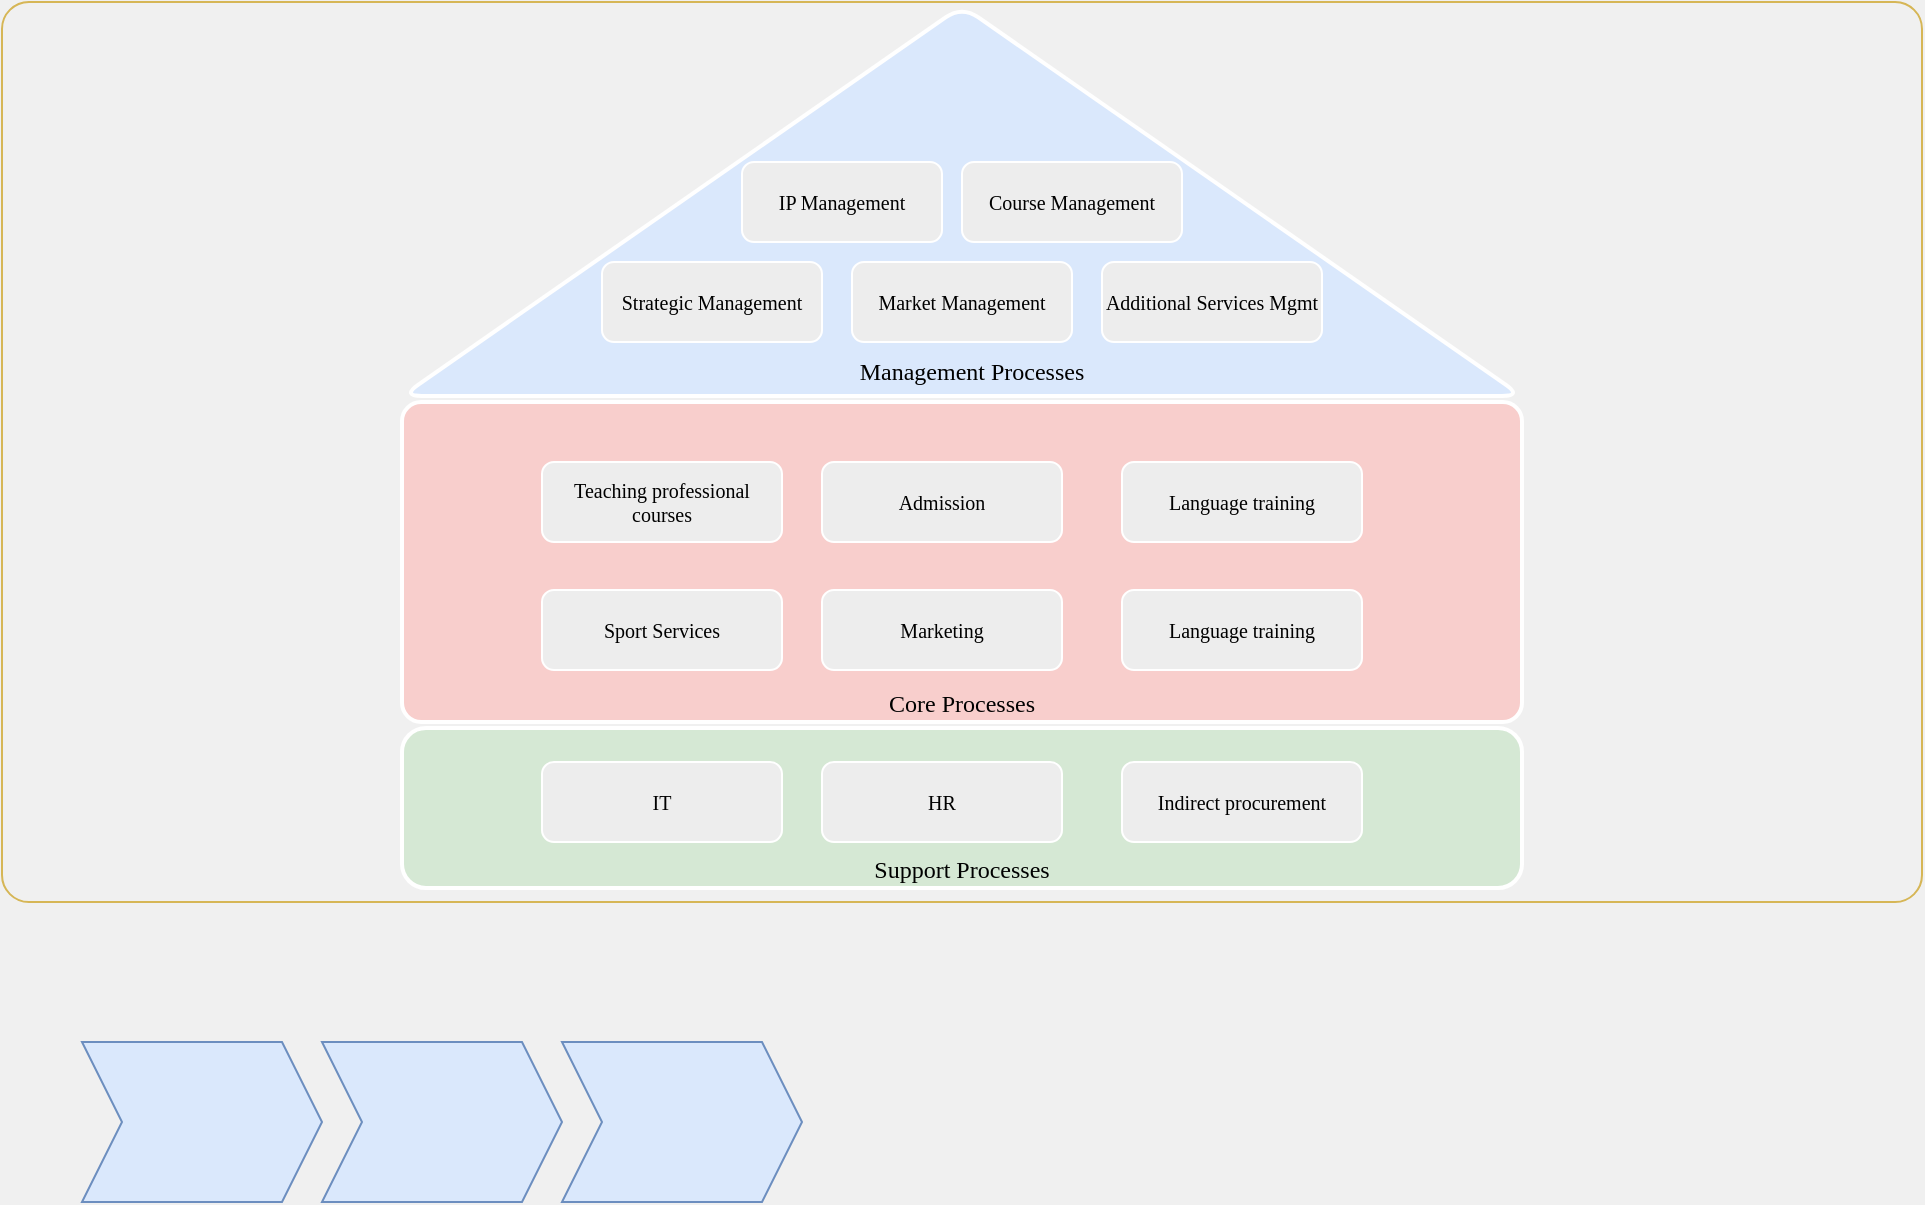
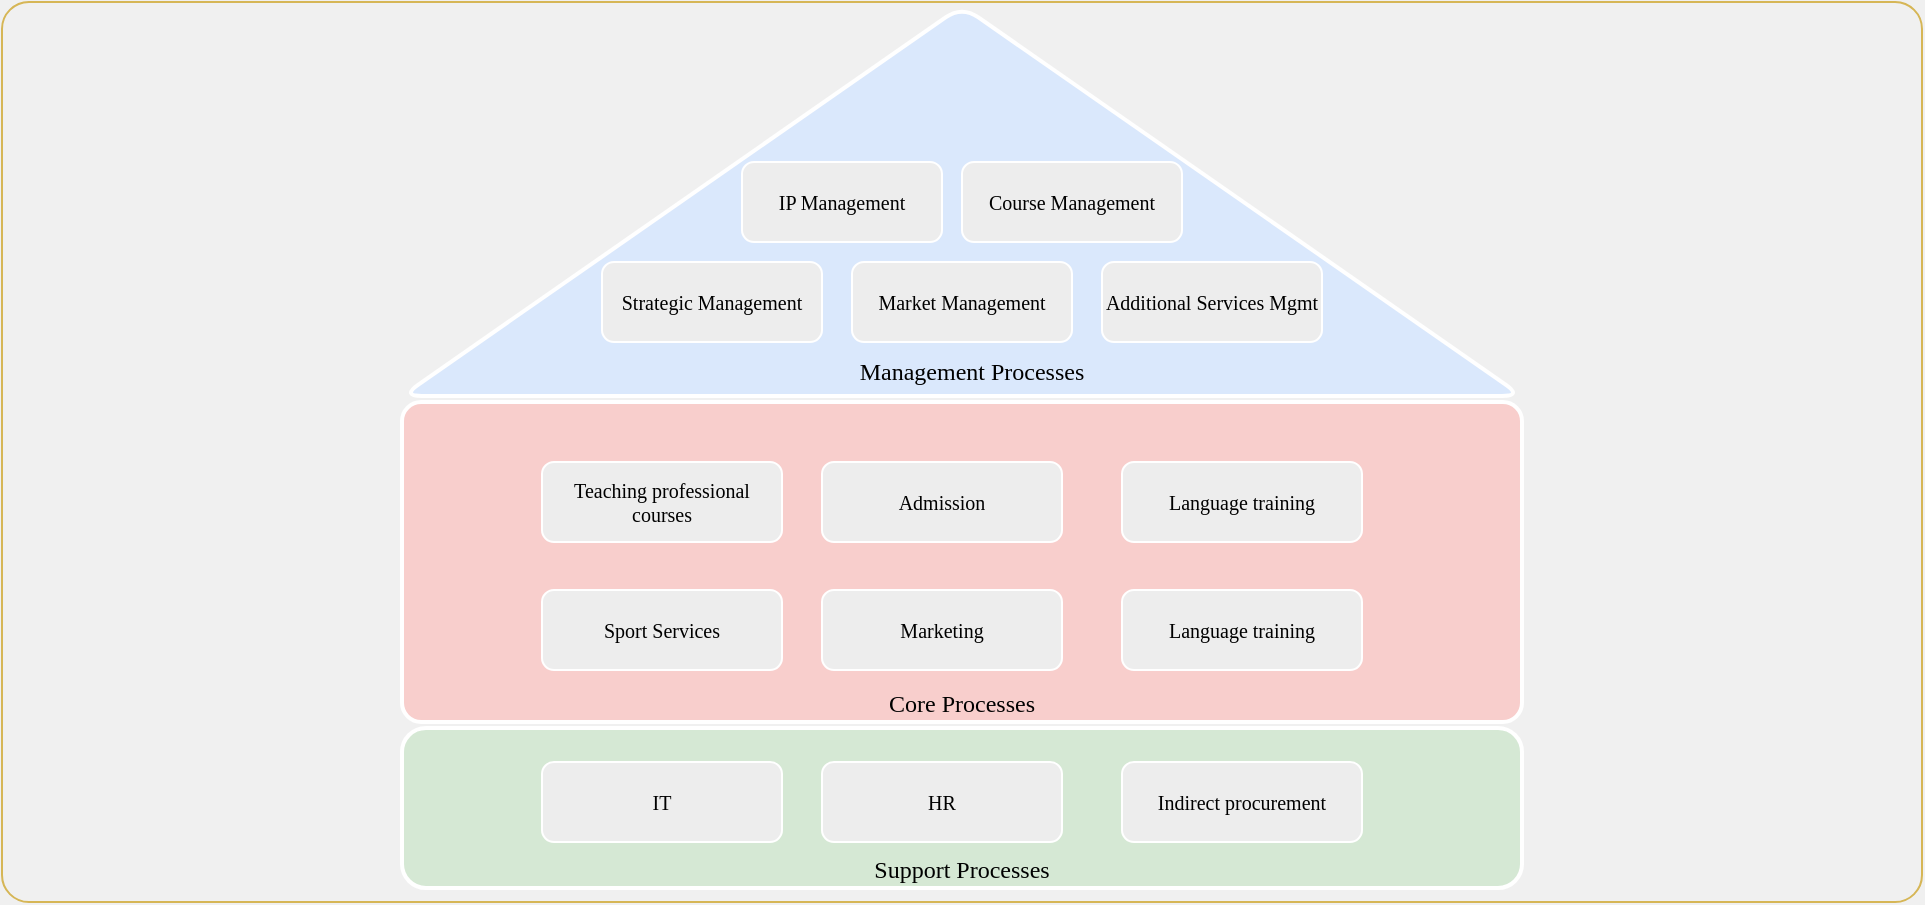
- <mxfile host="app.diagrams.net" pages="2">
+ <mxfile host="app.diagrams.net" pages="3">
  <diagram name="b02-btvn02" id="DX43LjSLDLYmKmloM37B">
    <mxGraphModel dx="2910" dy="1060" grid="1" gridSize="10" guides="1" tooltips="1" connect="1" arrows="1" fold="1" page="1" pageScale="1" pageWidth="1169" pageHeight="827" background="#F0F0F0" math="0" shadow="0">
      <root>
        <mxCell id="-oJJuqfXpFBwCzvDRcou-0" />
-         <mxCell id="KQ0Ay-tL_2Lo8PBnZVrt-9" parent="-oJJuqfXpFBwCzvDRcou-0" style="locked=1;" value="bgcolor" />
-         <mxCell id="KQ0Ay-tL_2Lo8PBnZVrt-10" parent="KQ0Ay-tL_2Lo8PBnZVrt-9" style="rounded=1;whiteSpace=wrap;html=1;" value="" vertex="1">
-           <mxGeometry height="60" width="120" x="530" y="410" as="geometry" />
-         </mxCell>
+         <mxCell id="KQ0Ay-tL_2Lo8PBnZVrt-9" parent="-oJJuqfXpFBwCzvDRcou-0" style="locked=0;" value="bgcolor" />
        <mxCell id="KQ0Ay-tL_2Lo8PBnZVrt-11" parent="KQ0Ay-tL_2Lo8PBnZVrt-9" style="rounded=1;whiteSpace=wrap;html=1;arcSize=3;fillColor=none;strokeColor=#d6b656;" value="" vertex="1">
          <mxGeometry height="450" width="960" x="-40" y="120" as="geometry" />
        </mxCell>
        <mxCell id="-oJJuqfXpFBwCzvDRcou-1" parent="-oJJuqfXpFBwCzvDRcou-0" style="locked=1;" value="structure" />
        <mxCell id="-oJJuqfXpFBwCzvDRcou-2" parent="-oJJuqfXpFBwCzvDRcou-1" style="rounded=1;whiteSpace=wrap;html=1;fillColor=#f8cecc;strokeColor=light-dark(#ffffff, #d7817e);strokeWidth=2;arcSize=6;verticalAlign=bottom;fontFamily=Google Sans;fontStyle=0" value="Core Processes" vertex="1">
          <mxGeometry height="160" width="560" x="160" y="320" as="geometry" />
        </mxCell>
        <mxCell id="-oJJuqfXpFBwCzvDRcou-3" parent="-oJJuqfXpFBwCzvDRcou-1" style="rounded=1;whiteSpace=wrap;html=1;fillColor=#d5e8d4;strokeColor=light-dark(#ffffff, #446e2c);strokeWidth=2;verticalAlign=bottom;fontFamily=Google Sans;" value="Support Processes" vertex="1">
          <mxGeometry height="80" width="560" x="160" y="483" as="geometry" />
        </mxCell>
        <mxCell id="-oJJuqfXpFBwCzvDRcou-4" parent="-oJJuqfXpFBwCzvDRcou-1" style="triangle;whiteSpace=wrap;html=1;rotation=-90;fillColor=#dae8fc;strokeColor=light-dark(#ffffff, #5c79a3);rounded=1;strokeWidth=2;horizontal=1;verticalAlign=middle;textDirection=vertical-rl;" value="" vertex="1">
          <mxGeometry height="560" width="195" x="342.5" y="-60.5" as="geometry" />
        </mxCell>
        <mxCell id="KQ0Ay-tL_2Lo8PBnZVrt-3" parent="-oJJuqfXpFBwCzvDRcou-1" style="text;html=1;whiteSpace=wrap;strokeColor=none;fillColor=none;align=center;verticalAlign=middle;rounded=0;fontFamily=Google Sans;" value="Management Processes" vertex="1">
          <mxGeometry height="30" width="150" x="370" y="290" as="geometry" />
        </mxCell>
        <mxCell id="j6yCUPC9ZjDtKobpSrTq-7" parent="-oJJuqfXpFBwCzvDRcou-0" style="locked=0;" value="components" />
        <mxCell id="j6yCUPC9ZjDtKobpSrTq-8" parent="j6yCUPC9ZjDtKobpSrTq-7" style="rounded=1;whiteSpace=wrap;html=1;fontFamily=Google Sans;strokeColor=light-dark(#ffffff, #ededed);fillColor=light-dark(#ededed, #ededed);fontSize=10;spacing=2;" value="&lt;p&gt;Teaching professional courses&lt;/p&gt;" vertex="1">
          <mxGeometry height="40" width="120" x="230" y="350" as="geometry" />
        </mxCell>
        <mxCell id="j6yCUPC9ZjDtKobpSrTq-9" parent="j6yCUPC9ZjDtKobpSrTq-7" style="rounded=1;whiteSpace=wrap;html=1;fontFamily=Google Sans;strokeColor=light-dark(#ffffff, #ededed);fillColor=light-dark(#ededed, #ededed);fontSize=10;spacing=2;" value="&lt;p&gt;Sport Services&lt;/p&gt;" vertex="1">
          <mxGeometry height="40" width="120" x="230" y="414" as="geometry" />
        </mxCell>
        <mxCell id="j6yCUPC9ZjDtKobpSrTq-10" parent="j6yCUPC9ZjDtKobpSrTq-7" style="rounded=1;whiteSpace=wrap;html=1;fontFamily=Google Sans;strokeColor=light-dark(#ffffff, #ededed);fillColor=light-dark(#ededed, #ededed);fontSize=10;spacing=2;" value="&lt;p&gt;Admission&lt;/p&gt;" vertex="1">
          <mxGeometry height="40" width="120" x="370" y="350" as="geometry" />
        </mxCell>
        <mxCell id="j6yCUPC9ZjDtKobpSrTq-11" parent="j6yCUPC9ZjDtKobpSrTq-7" style="rounded=1;whiteSpace=wrap;html=1;fontFamily=Google Sans;strokeColor=light-dark(#ffffff, #ededed);fillColor=light-dark(#ededed, #ededed);fontSize=10;spacing=2;" value="&lt;p&gt;Marketing&lt;/p&gt;" vertex="1">
          <mxGeometry height="40" width="120" x="370" y="414" as="geometry" />
        </mxCell>
        <mxCell id="j6yCUPC9ZjDtKobpSrTq-12" parent="j6yCUPC9ZjDtKobpSrTq-7" style="rounded=1;whiteSpace=wrap;html=1;fontFamily=Google Sans;strokeColor=light-dark(#ffffff, #ededed);fillColor=light-dark(#ededed, #ededed);fontSize=10;spacing=2;" value="&lt;p&gt;Language training&lt;/p&gt;" vertex="1">
          <mxGeometry height="40" width="120" x="520" y="414" as="geometry" />
        </mxCell>
        <mxCell id="j6yCUPC9ZjDtKobpSrTq-13" parent="j6yCUPC9ZjDtKobpSrTq-7" style="rounded=1;whiteSpace=wrap;html=1;fontFamily=Google Sans;strokeColor=light-dark(#ffffff, #ededed);fillColor=light-dark(#ededed, #ededed);fontSize=10;spacing=2;" value="&lt;p&gt;Language training&lt;/p&gt;" vertex="1">
          <mxGeometry height="40" width="120" x="520" y="350" as="geometry" />
        </mxCell>
        <mxCell id="KQ0Ay-tL_2Lo8PBnZVrt-0" parent="j6yCUPC9ZjDtKobpSrTq-7" style="rounded=1;whiteSpace=wrap;html=1;fontFamily=Google Sans;strokeColor=light-dark(#ffffff, #ededed);fillColor=light-dark(#ededed, #ededed);fontSize=10;spacing=2;" value="&lt;p&gt;IT&lt;/p&gt;" vertex="1">
          <mxGeometry height="40" width="120" x="230" y="500" as="geometry" />
        </mxCell>
        <mxCell id="KQ0Ay-tL_2Lo8PBnZVrt-1" parent="j6yCUPC9ZjDtKobpSrTq-7" style="rounded=1;whiteSpace=wrap;html=1;fontFamily=Google Sans;strokeColor=light-dark(#ffffff, #ededed);fillColor=light-dark(#ededed, #ededed);fontSize=10;spacing=2;" value="&lt;p&gt;HR&lt;/p&gt;" vertex="1">
          <mxGeometry height="40" width="120" x="370" y="500" as="geometry" />
        </mxCell>
        <mxCell id="KQ0Ay-tL_2Lo8PBnZVrt-2" parent="j6yCUPC9ZjDtKobpSrTq-7" style="rounded=1;whiteSpace=wrap;html=1;fontFamily=Google Sans;strokeColor=light-dark(#ffffff, #ededed);fillColor=light-dark(#ededed, #ededed);fontSize=10;spacing=2;" value="&lt;p&gt;Indirect procurement&lt;/p&gt;" vertex="1">
          <mxGeometry height="40" width="120" x="520" y="500" as="geometry" />
        </mxCell>
        <mxCell id="KQ0Ay-tL_2Lo8PBnZVrt-4" parent="j6yCUPC9ZjDtKobpSrTq-7" style="rounded=1;whiteSpace=wrap;html=1;fontFamily=Google Sans;strokeColor=light-dark(#ffffff, #ededed);fillColor=light-dark(#ededed, #ededed);fontSize=10;spacing=2;" value="&lt;p&gt;Course Management&lt;/p&gt;" vertex="1">
          <mxGeometry height="40" width="110" x="440" y="200" as="geometry" />
        </mxCell>
        <mxCell id="KQ0Ay-tL_2Lo8PBnZVrt-5" parent="j6yCUPC9ZjDtKobpSrTq-7" style="rounded=1;whiteSpace=wrap;html=1;fontFamily=Google Sans;strokeColor=light-dark(#ffffff, #ededed);fillColor=light-dark(#ededed, #ededed);fontSize=10;spacing=2;" value="&lt;p&gt;IP Management&lt;/p&gt;" vertex="1">
          <mxGeometry height="40" width="100" x="330" y="200" as="geometry" />
        </mxCell>
        <mxCell id="KQ0Ay-tL_2Lo8PBnZVrt-6" parent="j6yCUPC9ZjDtKobpSrTq-7" style="rounded=1;whiteSpace=wrap;html=1;fontFamily=Google Sans;strokeColor=light-dark(#ffffff, #ededed);fillColor=light-dark(#ededed, #ededed);fontSize=10;spacing=2;" value="&lt;p&gt;Market Management&lt;/p&gt;" vertex="1">
          <mxGeometry height="40" width="110" x="385" y="250" as="geometry" />
        </mxCell>
        <mxCell id="KQ0Ay-tL_2Lo8PBnZVrt-7" parent="j6yCUPC9ZjDtKobpSrTq-7" style="rounded=1;whiteSpace=wrap;html=1;fontFamily=Google Sans;strokeColor=light-dark(#ffffff, #ededed);fillColor=light-dark(#ededed, #ededed);fontSize=10;spacing=2;" value="&lt;p&gt;Additional Services Mgmt&lt;/p&gt;" vertex="1">
          <mxGeometry height="40" width="110" x="510" y="250" as="geometry" />
        </mxCell>
        <mxCell id="KQ0Ay-tL_2Lo8PBnZVrt-8" parent="j6yCUPC9ZjDtKobpSrTq-7" style="rounded=1;whiteSpace=wrap;html=1;fontFamily=Google Sans;strokeColor=light-dark(#ffffff, #ededed);fillColor=light-dark(#ededed, #ededed);fontSize=10;spacing=2;" value="&lt;p&gt;Strategic Management&lt;/p&gt;" vertex="1">
          <mxGeometry height="40" width="110" x="260" y="250" as="geometry" />
        </mxCell>
-         <mxCell id="v9I0BbITt2AScpC39CYC-0" parent="j6yCUPC9ZjDtKobpSrTq-7" style="shape=step;perimeter=stepPerimeter;whiteSpace=wrap;html=1;fixedSize=1;fillColor=#dae8fc;strokeColor=#6c8ebf;" value="" vertex="1">
-           <mxGeometry height="80" width="120" y="640" as="geometry" />
-         </mxCell>
-         <mxCell id="v9I0BbITt2AScpC39CYC-1" parent="j6yCUPC9ZjDtKobpSrTq-7" style="shape=step;perimeter=stepPerimeter;whiteSpace=wrap;html=1;fixedSize=1;fillColor=#dae8fc;strokeColor=#6c8ebf;" value="" vertex="1">
-           <mxGeometry height="80" width="120" x="120" y="640" as="geometry" />
-         </mxCell>
-         <mxCell id="v9I0BbITt2AScpC39CYC-2" parent="j6yCUPC9ZjDtKobpSrTq-7" style="shape=step;perimeter=stepPerimeter;whiteSpace=wrap;html=1;fixedSize=1;fillColor=#dae8fc;strokeColor=#6c8ebf;" value="" vertex="1">
-           <mxGeometry height="80" width="120" x="240" y="640" as="geometry" />
-         </mxCell>
+         <mxCell id="38XT65ljTGxXEWUA5Qy1-5" parent="-oJJuqfXpFBwCzvDRcou-0" value="Untitled Layer" />
      </root>
    </mxGraphModel>
  </diagram>
  <diagram name="template" id="jLayjklTMO_foUHwRu3V">
    <mxGraphModel dx="2910" dy="1060" grid="1" gridSize="10" guides="1" tooltips="1" connect="1" arrows="1" fold="1" page="1" pageScale="1" pageWidth="1169" pageHeight="827" background="#F0F0F0" math="0" shadow="0">
      <root>
        <mxCell id="FZBCxVR6hc4wBITS528s-0" />
        <mxCell id="FZBCxVR6hc4wBITS528s-1" parent="FZBCxVR6hc4wBITS528s-0" style="locked=1;" value="bgcolor" />
        <mxCell id="FZBCxVR6hc4wBITS528s-2" parent="FZBCxVR6hc4wBITS528s-1" style="rounded=1;whiteSpace=wrap;html=1;" value="" vertex="1">
          <mxGeometry height="60" width="120" x="530" y="410" as="geometry" />
        </mxCell>
        <mxCell id="FZBCxVR6hc4wBITS528s-3" parent="FZBCxVR6hc4wBITS528s-1" style="rounded=1;whiteSpace=wrap;html=1;arcSize=3;fillColor=#f5f5f5;fontColor=#333333;strokeColor=#666666;" value="" vertex="1">
          <mxGeometry height="450" width="960" x="-40" y="120" as="geometry" />
        </mxCell>
        <mxCell id="FZBCxVR6hc4wBITS528s-4" parent="FZBCxVR6hc4wBITS528s-0" style="locked=0;" value="structure" />
        <mxCell id="FZBCxVR6hc4wBITS528s-5" parent="FZBCxVR6hc4wBITS528s-4" style="rounded=1;whiteSpace=wrap;html=1;fillColor=#f8cecc;strokeColor=light-dark(#ffffff, #d7817e);strokeWidth=2;arcSize=6;verticalAlign=bottom;fontFamily=Google Sans;fontStyle=0" value="Core Processes" vertex="1">
          <mxGeometry height="160" width="560" x="160" y="320" as="geometry" />
        </mxCell>
        <mxCell id="FZBCxVR6hc4wBITS528s-6" parent="FZBCxVR6hc4wBITS528s-4" style="rounded=1;whiteSpace=wrap;html=1;fillColor=#d5e8d4;strokeColor=light-dark(#ffffff, #446e2c);strokeWidth=2;verticalAlign=bottom;fontFamily=Google Sans;" value="Support Processes" vertex="1">
          <mxGeometry height="80" width="560" x="160" y="483" as="geometry" />
        </mxCell>
        <mxCell id="FZBCxVR6hc4wBITS528s-7" parent="FZBCxVR6hc4wBITS528s-4" style="triangle;whiteSpace=wrap;html=1;rotation=-90;fillColor=#dae8fc;strokeColor=light-dark(#ffffff, #5c79a3);rounded=1;strokeWidth=2;horizontal=1;verticalAlign=middle;textDirection=vertical-rl;" value="" vertex="1">
          <mxGeometry height="560" width="195" x="342.5" y="-60.5" as="geometry" />
        </mxCell>
        <mxCell id="FZBCxVR6hc4wBITS528s-8" parent="FZBCxVR6hc4wBITS528s-4" style="text;html=1;whiteSpace=wrap;strokeColor=none;fillColor=none;align=center;verticalAlign=middle;rounded=0;fontFamily=Google Sans;" value="Management Processes" vertex="1">
          <mxGeometry height="30" width="150" x="370" y="290" as="geometry" />
        </mxCell>
        <mxCell id="FZBCxVR6hc4wBITS528s-9" parent="FZBCxVR6hc4wBITS528s-0" style="locked=1;" value="components" visible="0" />
        <mxCell id="FZBCxVR6hc4wBITS528s-10" parent="FZBCxVR6hc4wBITS528s-9" style="rounded=1;whiteSpace=wrap;html=1;fontFamily=Google Sans;strokeColor=light-dark(#ffffff, #ededed);fillColor=light-dark(#ededed, #ededed);fontSize=10;spacing=2;" value="&lt;p&gt;Teaching professional courses&lt;/p&gt;" vertex="1">
          <mxGeometry height="40" width="120" x="230" y="350" as="geometry" />
        </mxCell>
        <mxCell id="FZBCxVR6hc4wBITS528s-11" parent="FZBCxVR6hc4wBITS528s-9" style="rounded=1;whiteSpace=wrap;html=1;fontFamily=Google Sans;strokeColor=light-dark(#ffffff, #ededed);fillColor=light-dark(#ededed, #ededed);fontSize=10;spacing=2;" value="&lt;p&gt;Sport Services&lt;/p&gt;" vertex="1">
          <mxGeometry height="40" width="120" x="230" y="414" as="geometry" />
        </mxCell>
        <mxCell id="FZBCxVR6hc4wBITS528s-12" parent="FZBCxVR6hc4wBITS528s-9" style="rounded=1;whiteSpace=wrap;html=1;fontFamily=Google Sans;strokeColor=light-dark(#ffffff, #ededed);fillColor=light-dark(#ededed, #ededed);fontSize=10;spacing=2;" value="&lt;p&gt;Admission&lt;/p&gt;" vertex="1">
          <mxGeometry height="40" width="120" x="370" y="350" as="geometry" />
        </mxCell>
        <mxCell id="FZBCxVR6hc4wBITS528s-13" parent="FZBCxVR6hc4wBITS528s-9" style="rounded=1;whiteSpace=wrap;html=1;fontFamily=Google Sans;strokeColor=light-dark(#ffffff, #ededed);fillColor=light-dark(#ededed, #ededed);fontSize=10;spacing=2;" value="&lt;p&gt;Marketing&lt;/p&gt;" vertex="1">
          <mxGeometry height="40" width="120" x="370" y="414" as="geometry" />
        </mxCell>
        <mxCell id="FZBCxVR6hc4wBITS528s-14" parent="FZBCxVR6hc4wBITS528s-9" style="rounded=1;whiteSpace=wrap;html=1;fontFamily=Google Sans;strokeColor=light-dark(#ffffff, #ededed);fillColor=light-dark(#ededed, #ededed);fontSize=10;spacing=2;" value="&lt;p&gt;Language training&lt;/p&gt;" vertex="1">
          <mxGeometry height="40" width="120" x="520" y="414" as="geometry" />
        </mxCell>
        <mxCell id="FZBCxVR6hc4wBITS528s-15" parent="FZBCxVR6hc4wBITS528s-9" style="rounded=1;whiteSpace=wrap;html=1;fontFamily=Google Sans;strokeColor=light-dark(#ffffff, #ededed);fillColor=light-dark(#ededed, #ededed);fontSize=10;spacing=2;" value="&lt;p&gt;Language training&lt;/p&gt;" vertex="1">
          <mxGeometry height="40" width="120" x="520" y="350" as="geometry" />
        </mxCell>
        <mxCell id="FZBCxVR6hc4wBITS528s-16" parent="FZBCxVR6hc4wBITS528s-9" style="rounded=1;whiteSpace=wrap;html=1;fontFamily=Google Sans;strokeColor=light-dark(#ffffff, #ededed);fillColor=light-dark(#ededed, #ededed);fontSize=10;spacing=2;" value="&lt;p&gt;IT&lt;/p&gt;" vertex="1">
          <mxGeometry height="40" width="120" x="230" y="500" as="geometry" />
        </mxCell>
        <mxCell id="FZBCxVR6hc4wBITS528s-17" parent="FZBCxVR6hc4wBITS528s-9" style="rounded=1;whiteSpace=wrap;html=1;fontFamily=Google Sans;strokeColor=light-dark(#ffffff, #ededed);fillColor=light-dark(#ededed, #ededed);fontSize=10;spacing=2;" value="&lt;p&gt;HR&lt;/p&gt;" vertex="1">
          <mxGeometry height="40" width="120" x="370" y="500" as="geometry" />
        </mxCell>
        <mxCell id="FZBCxVR6hc4wBITS528s-18" parent="FZBCxVR6hc4wBITS528s-9" style="rounded=1;whiteSpace=wrap;html=1;fontFamily=Google Sans;strokeColor=light-dark(#ffffff, #ededed);fillColor=light-dark(#ededed, #ededed);fontSize=10;spacing=2;" value="&lt;p&gt;Indirect procurement&lt;/p&gt;" vertex="1">
          <mxGeometry height="40" width="120" x="520" y="500" as="geometry" />
        </mxCell>
        <mxCell id="FZBCxVR6hc4wBITS528s-19" parent="FZBCxVR6hc4wBITS528s-9" style="rounded=1;whiteSpace=wrap;html=1;fontFamily=Google Sans;strokeColor=light-dark(#ffffff, #ededed);fillColor=light-dark(#ededed, #ededed);fontSize=10;spacing=2;" value="&lt;p&gt;Course Management&lt;/p&gt;" vertex="1">
          <mxGeometry height="40" width="110" x="440" y="200" as="geometry" />
        </mxCell>
        <mxCell id="FZBCxVR6hc4wBITS528s-20" parent="FZBCxVR6hc4wBITS528s-9" style="rounded=1;whiteSpace=wrap;html=1;fontFamily=Google Sans;strokeColor=light-dark(#ffffff, #ededed);fillColor=light-dark(#ededed, #ededed);fontSize=10;spacing=2;" value="&lt;p&gt;IP Management&lt;/p&gt;" vertex="1">
          <mxGeometry height="40" width="100" x="330" y="200" as="geometry" />
        </mxCell>
        <mxCell id="FZBCxVR6hc4wBITS528s-21" parent="FZBCxVR6hc4wBITS528s-9" style="rounded=1;whiteSpace=wrap;html=1;fontFamily=Google Sans;strokeColor=light-dark(#ffffff, #ededed);fillColor=light-dark(#ededed, #ededed);fontSize=10;spacing=2;" value="&lt;p&gt;Market Management&lt;/p&gt;" vertex="1">
          <mxGeometry height="40" width="110" x="385" y="250" as="geometry" />
        </mxCell>
        <mxCell id="FZBCxVR6hc4wBITS528s-22" parent="FZBCxVR6hc4wBITS528s-9" style="rounded=1;whiteSpace=wrap;html=1;fontFamily=Google Sans;strokeColor=light-dark(#ffffff, #ededed);fillColor=light-dark(#ededed, #ededed);fontSize=10;spacing=2;" value="&lt;p&gt;Additional Services Mgmt&lt;/p&gt;" vertex="1">
          <mxGeometry height="40" width="110" x="510" y="250" as="geometry" />
        </mxCell>
        <mxCell id="FZBCxVR6hc4wBITS528s-23" parent="FZBCxVR6hc4wBITS528s-9" style="rounded=1;whiteSpace=wrap;html=1;fontFamily=Google Sans;strokeColor=light-dark(#ffffff, #ededed);fillColor=light-dark(#ededed, #ededed);fontSize=10;spacing=2;" value="&lt;p&gt;Strategic Management&lt;/p&gt;" vertex="1">
          <mxGeometry height="40" width="110" x="260" y="250" as="geometry" />
        </mxCell>
      </root>
    </mxGraphModel>
  </diagram>
+   <diagram id="Z5sffj-0x_4yPhMD-aN4" name="core-value-chain">
+     <mxGraphModel dx="1741" dy="1060" grid="1" gridSize="10" guides="1" tooltips="1" connect="1" arrows="1" fold="1" page="1" pageScale="1" pageWidth="1169" pageHeight="827" math="0" shadow="0">
+       <root>
+         <mxCell id="0" />
+         <mxCell id="1" parent="0" />
+         <mxCell id="zt_3UyeLL6MmijXCAZOG-9" edge="1" parent="1" source="zt_3UyeLL6MmijXCAZOG-1" style="edgeStyle=orthogonalEdgeStyle;rounded=0;orthogonalLoop=1;jettySize=auto;html=1;exitX=1;exitY=0.5;exitDx=0;exitDy=0;entryX=0;entryY=0.5;entryDx=0;entryDy=0;fillColor=#dae8fc;strokeColor=#6c8ebf;" target="zt_3UyeLL6MmijXCAZOG-2">
+           <mxGeometry relative="1" as="geometry" />
+         </mxCell>
+         <mxCell id="zt_3UyeLL6MmijXCAZOG-1" parent="1" style="shape=step;perimeter=stepPerimeter;whiteSpace=wrap;html=1;fixedSize=1;fillColor=#dae8fc;strokeColor=#6c8ebf;fontFamily=Google Sans;" value="Tiếp thị &amp;amp; Bán hàng&lt;br&gt;Marketing &amp;amp; Sales" vertex="1">
+           <mxGeometry height="80" width="160" x="360" y="320" as="geometry" />
+         </mxCell>
+         <mxCell id="zt_3UyeLL6MmijXCAZOG-10" edge="1" parent="1" source="zt_3UyeLL6MmijXCAZOG-2" style="edgeStyle=orthogonalEdgeStyle;rounded=0;orthogonalLoop=1;jettySize=auto;html=1;exitX=1;exitY=0.5;exitDx=0;exitDy=0;entryX=0;entryY=0.5;entryDx=0;entryDy=0;fillColor=#dae8fc;strokeColor=#6c8ebf;" target="zt_3UyeLL6MmijXCAZOG-4">
+           <mxGeometry relative="1" as="geometry" />
+         </mxCell>
+         <mxCell id="zt_3UyeLL6MmijXCAZOG-2" parent="1" style="shape=step;perimeter=stepPerimeter;whiteSpace=wrap;html=1;fixedSize=1;fillColor=#dae8fc;strokeColor=#6c8ebf;fontFamily=Google Sans;" value="Tiếp nhận đơn hàng&lt;br&gt;Receive Order" vertex="1">
+           <mxGeometry height="80" width="160" x="520" y="320" as="geometry" />
+         </mxCell>
+         <mxCell id="zt_3UyeLL6MmijXCAZOG-3" edge="1" parent="1" source="zt_3UyeLL6MmijXCAZOG-4" style="edgeStyle=orthogonalEdgeStyle;rounded=1;orthogonalLoop=1;jettySize=auto;html=1;exitX=1;exitY=0.5;exitDx=0;exitDy=0;entryX=0;entryY=0.5;entryDx=0;entryDy=0;curved=0;fillColor=#dae8fc;strokeColor=#6c8ebf;startArrow=oval;startFill=1;" target="zt_3UyeLL6MmijXCAZOG-5">
+           <mxGeometry relative="1" as="geometry">
+             <Array as="points">
+               <mxPoint x="860" y="360" />
+               <mxPoint x="860" y="420" />
+               <mxPoint x="340" y="420" />
+               <mxPoint x="340" y="480" />
+             </Array>
+           </mxGeometry>
+         </mxCell>
+         <mxCell id="zt_3UyeLL6MmijXCAZOG-4" parent="1" style="shape=step;perimeter=stepPerimeter;whiteSpace=wrap;html=1;fixedSize=1;fillColor=#dae8fc;strokeColor=#6c8ebf;fontFamily=Google Sans;" value="Xét duyệt đơn hàng&lt;br&gt;Approve Order" vertex="1">
+           <mxGeometry height="80" width="160" x="680" y="320" as="geometry" />
+         </mxCell>
+         <mxCell id="zt_3UyeLL6MmijXCAZOG-11" edge="1" parent="1" source="zt_3UyeLL6MmijXCAZOG-5" style="edgeStyle=orthogonalEdgeStyle;rounded=0;orthogonalLoop=1;jettySize=auto;html=1;exitX=1;exitY=0.5;exitDx=0;exitDy=0;entryX=0;entryY=0.5;entryDx=0;entryDy=0;fillColor=#dae8fc;strokeColor=#6c8ebf;" target="zt_3UyeLL6MmijXCAZOG-6">
+           <mxGeometry relative="1" as="geometry" />
+         </mxCell>
+         <mxCell id="zt_3UyeLL6MmijXCAZOG-5" parent="1" style="shape=step;perimeter=stepPerimeter;whiteSpace=wrap;html=1;fixedSize=1;fillColor=#dae8fc;strokeColor=#6c8ebf;fontFamily=Google Sans;" value="Xử lý &amp;amp; Đóng gói&lt;br&gt;Fill Order" vertex="1">
+           <mxGeometry height="80" width="160" x="360" y="440" as="geometry" />
+         </mxCell>
+         <mxCell id="zt_3UyeLL6MmijXCAZOG-12" edge="1" parent="1" source="zt_3UyeLL6MmijXCAZOG-6" style="edgeStyle=orthogonalEdgeStyle;rounded=0;orthogonalLoop=1;jettySize=auto;html=1;exitX=1;exitY=0.5;exitDx=0;exitDy=0;entryX=0;entryY=0.5;entryDx=0;entryDy=0;fillColor=#dae8fc;strokeColor=#6c8ebf;" target="zt_3UyeLL6MmijXCAZOG-7">
+           <mxGeometry relative="1" as="geometry" />
+         </mxCell>
+         <mxCell id="zt_3UyeLL6MmijXCAZOG-6" parent="1" style="shape=step;perimeter=stepPerimeter;whiteSpace=wrap;html=1;fixedSize=1;fillColor=#dae8fc;strokeColor=#6c8ebf;fontFamily=Google Sans;" value="Giao hàng&lt;br&gt;Deliver Order" vertex="1">
+           <mxGeometry height="80" width="160" x="520" y="440" as="geometry" />
+         </mxCell>
+         <mxCell id="zt_3UyeLL6MmijXCAZOG-15" edge="1" parent="1" style="edgeStyle=orthogonalEdgeStyle;rounded=1;orthogonalLoop=1;jettySize=auto;html=1;entryX=0;entryY=0.5;entryDx=0;entryDy=0;curved=0;fillColor=#dae8fc;strokeColor=#6c8ebf;startArrow=oval;startFill=1;" target="zt_3UyeLL6MmijXCAZOG-1">
+           <mxGeometry relative="1" as="geometry">
+             <Array as="points">
+               <mxPoint x="880" y="480" />
+               <mxPoint x="880" y="300" />
+               <mxPoint x="340" y="300" />
+               <mxPoint x="340" y="360" />
+             </Array>
+             <mxPoint x="840" y="480" as="sourcePoint" />
+           </mxGeometry>
+         </mxCell>
+         <mxCell id="zt_3UyeLL6MmijXCAZOG-7" parent="1" style="shape=step;perimeter=stepPerimeter;whiteSpace=wrap;html=1;fixedSize=1;fillColor=#dae8fc;strokeColor=#6c8ebf;fontFamily=Google Sans;" value="Hỗ trợ &amp;amp; Bảo hành&lt;br&gt;Customer Service" vertex="1">
+           <mxGeometry height="80" width="160" x="680" y="440" as="geometry" />
+         </mxCell>
+       </root>
+     </mxGraphModel>
+   </diagram>
</mxfile>
